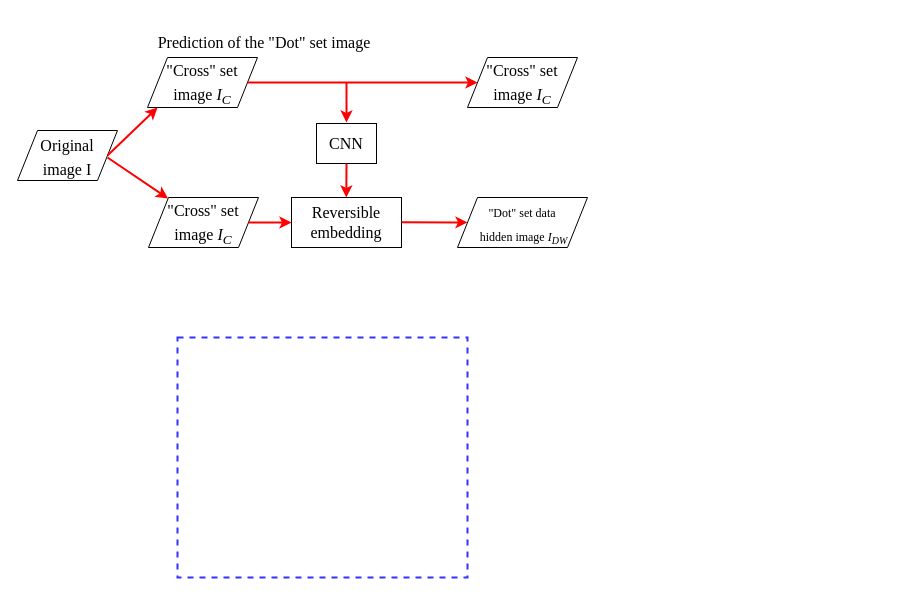
Above: 1.PHD_homework/Fig6.drawio in hdhzhd/draw-diagrams (draw.io), before the change. Source tidied: cells renumbered, new cells numbered last; positions are measured from the earlier drawing's top-left corner, leaving out a move shared by most shapes. Both pictures are drawn from the tidied source at 100%, with x=0, y=0 at pixel (17, 27).
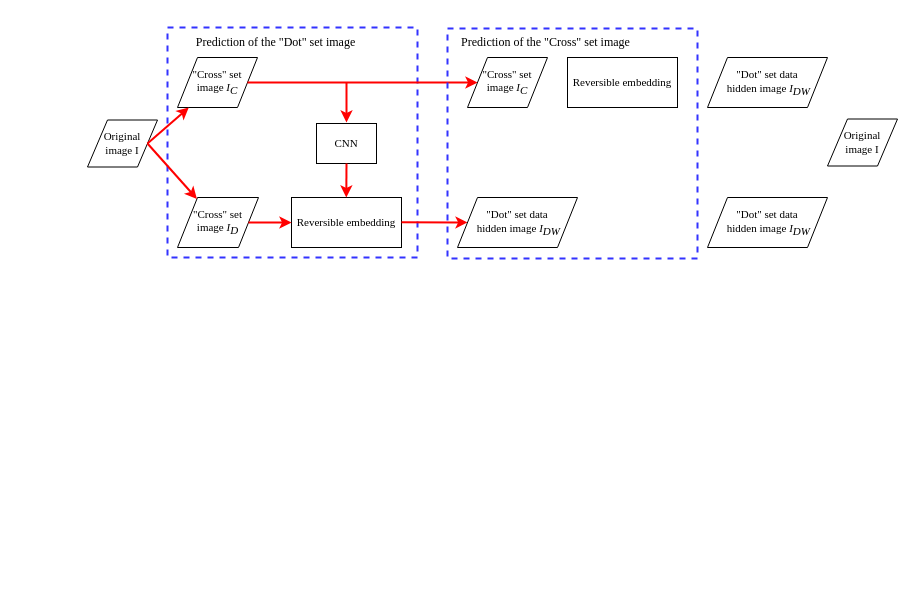
Above is the later version.

The edit, as a diff of the source:
```diff
@@
-    <mxCell id="2" value="&lt;font style=&quot;font-size: 16px&quot;&gt;Original &lt;br&gt;image I&lt;/font&gt;" style="shape=parallelogram;perimeter=parallelogramPerimeter;whiteSpace=wrap;html=1;fixedSize=1;sketch=0;fontFamily=Times New Roman;fontSize=20;fontColor=#000000;strokeColor=#000000;strokeWidth=1;fillColor=#FFFFFF;" parent="1" vertex="1">
-      <mxGeometry y="103" width="100" height="50" as="geometry" />
+    <mxCell id="2" value="&lt;font style=&quot;font-size: 11px;&quot;&gt;Original &lt;br style=&quot;font-size: 11px;&quot;&gt;image I&lt;/font&gt;" style="shape=parallelogram;perimeter=parallelogramPerimeter;whiteSpace=wrap;html=1;fixedSize=1;sketch=0;fontFamily=Times New Roman;fontSize=11;fontColor=#000000;strokeColor=#000000;strokeWidth=1;fillColor=#FFFFFF;" parent="1" vertex="1">
+      <mxGeometry x="70" y="92.5" width="70" height="47" as="geometry" />
     </mxCell>
-    <mxCell id="3" value="&lt;font size=&quot;3&quot;&gt;&quot;Cross&quot; set image &lt;i&gt;I&lt;sub&gt;C&lt;/sub&gt;&lt;/i&gt;&lt;/font&gt;" style="shape=parallelogram;perimeter=parallelogramPerimeter;whiteSpace=wrap;html=1;fixedSize=1;sketch=0;fontFamily=Times New Roman;fontSize=20;fontColor=#000000;strokeColor=#000000;strokeWidth=1;fillColor=#FFFFFF;" parent="1" vertex="1">
-      <mxGeometry x="130" y="30" width="110" height="50" as="geometry" />
+    <mxCell id="3" value="&lt;font style=&quot;font-size: 11px&quot;&gt;&quot;Cross&quot; set &lt;br&gt;image &lt;i style=&quot;font-size: 11px&quot;&gt;I&lt;sub style=&quot;font-size: 11px&quot;&gt;C&lt;/sub&gt;&lt;/i&gt;&lt;/font&gt;" style="shape=parallelogram;perimeter=parallelogramPerimeter;whiteSpace=wrap;html=1;fixedSize=1;sketch=0;fontFamily=Times New Roman;fontSize=11;fontColor=#000000;strokeColor=#000000;strokeWidth=1;fillColor=#FFFFFF;" parent="1" vertex="1">
+      <mxGeometry x="160" y="30" width="80" height="50" as="geometry" />
     </mxCell>
-    <mxCell id="4" value="&lt;font size=&quot;3&quot;&gt;&quot;Cross&quot; set image &lt;i&gt;I&lt;sub&gt;C&lt;/sub&gt;&lt;/i&gt;&lt;/font&gt;" style="shape=parallelogram;perimeter=parallelogramPerimeter;whiteSpace=wrap;html=1;fixedSize=1;sketch=0;fontFamily=Times New Roman;fontSize=20;fontColor=#000000;strokeColor=#000000;strokeWidth=1;fillColor=#FFFFFF;" parent="1" vertex="1">
-      <mxGeometry x="131" y="170" width="110" height="50" as="geometry" />
+    <mxCell id="4" value="&lt;font style=&quot;font-size: 11px&quot;&gt;&quot;Cross&quot; set &lt;br&gt;image &lt;i style=&quot;font-size: 11px&quot;&gt;I&lt;sub style=&quot;font-size: 11px&quot;&gt;D&lt;/sub&gt;&lt;/i&gt;&lt;/font&gt;" style="shape=parallelogram;perimeter=parallelogramPerimeter;whiteSpace=wrap;html=1;fixedSize=1;sketch=0;fontFamily=Times New Roman;fontSize=11;fontColor=#000000;strokeColor=#000000;strokeWidth=1;fillColor=#FFFFFF;" parent="1" vertex="1">
+      <mxGeometry x="160" y="170" width="81" height="50" as="geometry" />
     </mxCell>
-    <mxCell id="5" value="CNN" style="rounded=0;whiteSpace=wrap;html=1;sketch=0;fontFamily=Times New Roman;fontSize=16;fontColor=#000000;strokeColor=#000000;strokeWidth=1;fillColor=#FFFFFF;" parent="1" vertex="1">
+    <mxCell id="5" value="CNN" style="rounded=0;whiteSpace=wrap;html=1;sketch=0;fontFamily=Times New Roman;fontSize=11;fontColor=#000000;strokeColor=#000000;strokeWidth=1;fillColor=#FFFFFF;" parent="1" vertex="1">
       <mxGeometry x="299" y="96" width="60" height="40" as="geometry" />
     </mxCell>
-    <mxCell id="6" value="Reversible embedding" style="rounded=0;whiteSpace=wrap;html=1;sketch=0;fontFamily=Times New Roman;fontSize=16;fontColor=#000000;strokeColor=#000000;strokeWidth=1;fillColor=#FFFFFF;" parent="1" vertex="1">
+    <mxCell id="6" value="Reversible embedding" style="rounded=0;whiteSpace=wrap;html=1;sketch=0;fontFamily=Times New Roman;fontSize=11;fontColor=#000000;strokeColor=#000000;strokeWidth=1;fillColor=#FFFFFF;" parent="1" vertex="1">
       <mxGeometry x="274" y="170" width="110" height="50" as="geometry" />
     </mxCell>
     <mxCell id="7" value="&lt;h1&gt;&lt;br&gt;&lt;/h1&gt;" style="text;html=1;strokeColor=#3333FF;fillColor=none;spacing=5;spacingTop=-20;whiteSpace=wrap;overflow=hidden;rounded=0;sketch=0;fontFamily=Times New Roman;fontSize=16;fontColor=#000000;dashed=1;strokeWidth=2;" parent="1" vertex="1">
-      <mxGeometry x="160" y="310" width="290" height="240" as="geometry" />
+      <mxGeometry x="150" width="250" height="230" as="geometry" />
     </mxCell>
-    <mxCell id="8" value="Prediction of the &quot;Dot&quot; set image&amp;nbsp;" style="text;html=1;strokeColor=none;fillColor=none;align=center;verticalAlign=middle;whiteSpace=wrap;rounded=0;dashed=1;sketch=0;fontFamily=Times New Roman;fontSize=16;fontColor=#000000;" parent="1" vertex="1">
-      <mxGeometry x="129" width="240" height="30" as="geometry" />
+    <mxCell id="8" value="Prediction of the &quot;Dot&quot; set image&amp;nbsp;" style="text;html=1;strokeColor=none;fillColor=none;align=center;verticalAlign=middle;whiteSpace=wrap;rounded=0;dashed=1;sketch=0;fontFamily=Times New Roman;fontSize=12;fontColor=#000000;" parent="1" vertex="1">
+      <mxGeometry x="160" width="200" height="30" as="geometry" />
     </mxCell>
-    <mxCell id="9" style="endArrow=classic;html=1;rounded=0;fontFamily=Times New Roman;fontSize=16;fontColor=#000000;strokeColor=#FF0000;strokeWidth=2;exitX=1;exitY=0.5;exitDx=0;exitDy=0;" parent="1" edge="1" source="2">
-      <mxGeometry relative="1" as="geometry">
-        <mxPoint x="140" y="80" as="targetPoint" />
-      </mxGeometry>
+    <mxCell id="9" style="endArrow=classic;html=1;rounded=0;fontFamily=Times New Roman;fontSize=16;fontColor=#000000;strokeColor=#FF0000;strokeWidth=2;exitX=1;exitY=0.5;exitDx=0;exitDy=0;" parent="1" edge="1" source="2" target="3">
+      <mxGeometry relative="1" as="geometry" />
     </mxCell>
-    <mxCell id="10" style="endArrow=classic;html=1;rounded=0;fontFamily=Times New Roman;fontSize=16;fontColor=#000000;strokeColor=#FF0000;strokeWidth=2;" parent="1" edge="1" target="4">
-      <mxGeometry relative="1" as="geometry">
-        <mxPoint x="90" y="130" as="sourcePoint" />
-      </mxGeometry>
+    <mxCell id="10" style="endArrow=classic;html=1;rounded=0;fontFamily=Times New Roman;fontSize=16;fontColor=#000000;strokeColor=#FF0000;strokeWidth=2;exitX=1;exitY=0.5;exitDx=0;exitDy=0;" parent="1" edge="1" source="2" target="4">
+      <mxGeometry relative="1" as="geometry" />
     </mxCell>
@@
-    <mxCell id="12" value="&lt;font size=&quot;3&quot;&gt;&quot;Cross&quot; set image &lt;i&gt;I&lt;sub&gt;C&lt;/sub&gt;&lt;/i&gt;&lt;/font&gt;" style="shape=parallelogram;perimeter=parallelogramPerimeter;whiteSpace=wrap;html=1;fixedSize=1;sketch=0;fontFamily=Times New Roman;fontSize=20;fontColor=#000000;strokeColor=#000000;strokeWidth=1;fillColor=#FFFFFF;" parent="1" vertex="1">
-      <mxGeometry x="450" y="30" width="110" height="50" as="geometry" />
+    <mxCell id="12" value="&lt;font style=&quot;font-size: 11px&quot;&gt;&quot;Cross&quot; set &lt;br&gt;image &lt;i style=&quot;font-size: 11px&quot;&gt;I&lt;sub style=&quot;font-size: 11px&quot;&gt;C&lt;/sub&gt;&lt;/i&gt;&lt;/font&gt;" style="shape=parallelogram;perimeter=parallelogramPerimeter;whiteSpace=wrap;html=1;fixedSize=1;sketch=0;fontFamily=Times New Roman;fontSize=11;fontColor=#000000;strokeColor=#000000;strokeWidth=1;fillColor=#FFFFFF;" parent="1" vertex="1">
+      <mxGeometry x="450" y="30" width="80" height="50" as="geometry" />
     </mxCell>
@@
-    <mxCell id="17" value="&lt;font style=&quot;font-size: 12px ; line-height: 1&quot;&gt;&quot;Dot&quot; set data&lt;br&gt;&amp;nbsp;hidden image &lt;i&gt;I&lt;sub&gt;DW&lt;/sub&gt;&lt;/i&gt;&lt;/font&gt;" style="shape=parallelogram;perimeter=parallelogramPerimeter;whiteSpace=wrap;html=1;fixedSize=1;sketch=0;fontFamily=Times New Roman;fontSize=20;fontColor=#000000;strokeColor=#000000;strokeWidth=1;fillColor=#FFFFFF;" parent="1" vertex="1">
-      <mxGeometry x="440" y="170" width="130" height="50" as="geometry" />
+    <mxCell id="17" value="&lt;font style=&quot;font-size: 11px; line-height: 1;&quot;&gt;&quot;Dot&quot; set data&lt;br style=&quot;font-size: 11px;&quot;&gt;&amp;nbsp;hidden image &lt;i style=&quot;font-size: 11px;&quot;&gt;I&lt;sub style=&quot;font-size: 11px;&quot;&gt;DW&lt;/sub&gt;&lt;/i&gt;&lt;/font&gt;" style="shape=parallelogram;perimeter=parallelogramPerimeter;whiteSpace=wrap;html=1;fixedSize=1;sketch=0;fontFamily=Times New Roman;fontSize=11;fontColor=#000000;strokeColor=#000000;strokeWidth=1;fillColor=#FFFFFF;" parent="1" vertex="1">
+      <mxGeometry x="440" y="170" width="120" height="50" as="geometry" />
     </mxCell>
+    <mxCell id="18" value="&lt;h1&gt;&lt;br&gt;&lt;/h1&gt;" style="text;html=1;strokeColor=#3333FF;fillColor=none;spacing=5;spacingTop=-20;whiteSpace=wrap;overflow=hidden;rounded=0;sketch=0;fontFamily=Times New Roman;fontSize=16;fontColor=#000000;dashed=1;strokeWidth=2;" parent="1" vertex="1">
+      <mxGeometry x="430" y="1" width="250" height="230" as="geometry" />
+    </mxCell>
+    <mxCell id="19" value="Prediction of the &quot;Cross&quot; set image&amp;nbsp;" style="text;html=1;strokeColor=none;fillColor=none;align=center;verticalAlign=middle;whiteSpace=wrap;rounded=0;dashed=1;sketch=0;fontFamily=Times New Roman;fontSize=12;fontColor=#000000;" parent="1" vertex="1">
+      <mxGeometry x="430" width="200" height="30" as="geometry" />
+    </mxCell>
+    <mxCell id="20" value="Reversible embedding" style="rounded=0;whiteSpace=wrap;html=1;sketch=0;fontFamily=Times New Roman;fontSize=11;fontColor=#000000;strokeColor=#000000;strokeWidth=1;fillColor=#FFFFFF;" parent="1" vertex="1">
+      <mxGeometry x="550" y="30" width="110" height="50" as="geometry" />
+    </mxCell>
+    <mxCell id="21" value="&lt;font style=&quot;font-size: 11px; line-height: 1;&quot;&gt;&quot;Dot&quot; set data&lt;br style=&quot;font-size: 11px;&quot;&gt;&amp;nbsp;hidden image &lt;i style=&quot;font-size: 11px;&quot;&gt;I&lt;sub style=&quot;font-size: 11px;&quot;&gt;DW&lt;/sub&gt;&lt;/i&gt;&lt;/font&gt;" style="shape=parallelogram;perimeter=parallelogramPerimeter;whiteSpace=wrap;html=1;fixedSize=1;sketch=0;fontFamily=Times New Roman;fontSize=11;fontColor=#000000;strokeColor=#000000;strokeWidth=1;fillColor=#FFFFFF;" parent="1" vertex="1">
+      <mxGeometry x="690" y="170" width="120" height="50" as="geometry" />
+    </mxCell>
+    <mxCell id="22" value="&lt;font style=&quot;font-size: 11px; line-height: 1;&quot;&gt;&quot;Dot&quot; set data&lt;br style=&quot;font-size: 11px;&quot;&gt;&amp;nbsp;hidden image &lt;i style=&quot;font-size: 11px;&quot;&gt;I&lt;sub style=&quot;font-size: 11px;&quot;&gt;DW&lt;/sub&gt;&lt;/i&gt;&lt;/font&gt;" style="shape=parallelogram;perimeter=parallelogramPerimeter;whiteSpace=wrap;html=1;fixedSize=1;sketch=0;fontFamily=Times New Roman;fontSize=11;fontColor=#000000;strokeColor=#000000;strokeWidth=1;fillColor=#FFFFFF;" parent="1" vertex="1">
+      <mxGeometry x="690" y="30" width="120" height="50" as="geometry" />
+    </mxCell>
+    <mxCell id="23" value="&lt;font style=&quot;font-size: 11px;&quot;&gt;Original &lt;br style=&quot;font-size: 11px;&quot;&gt;image I&lt;/font&gt;" style="shape=parallelogram;perimeter=parallelogramPerimeter;whiteSpace=wrap;html=1;fixedSize=1;sketch=0;fontFamily=Times New Roman;fontSize=11;fontColor=#000000;strokeColor=#000000;strokeWidth=1;fillColor=#FFFFFF;" parent="1" vertex="1">
+      <mxGeometry x="810" y="91.5" width="70" height="47" as="geometry" />
+    </mxCell>
```
